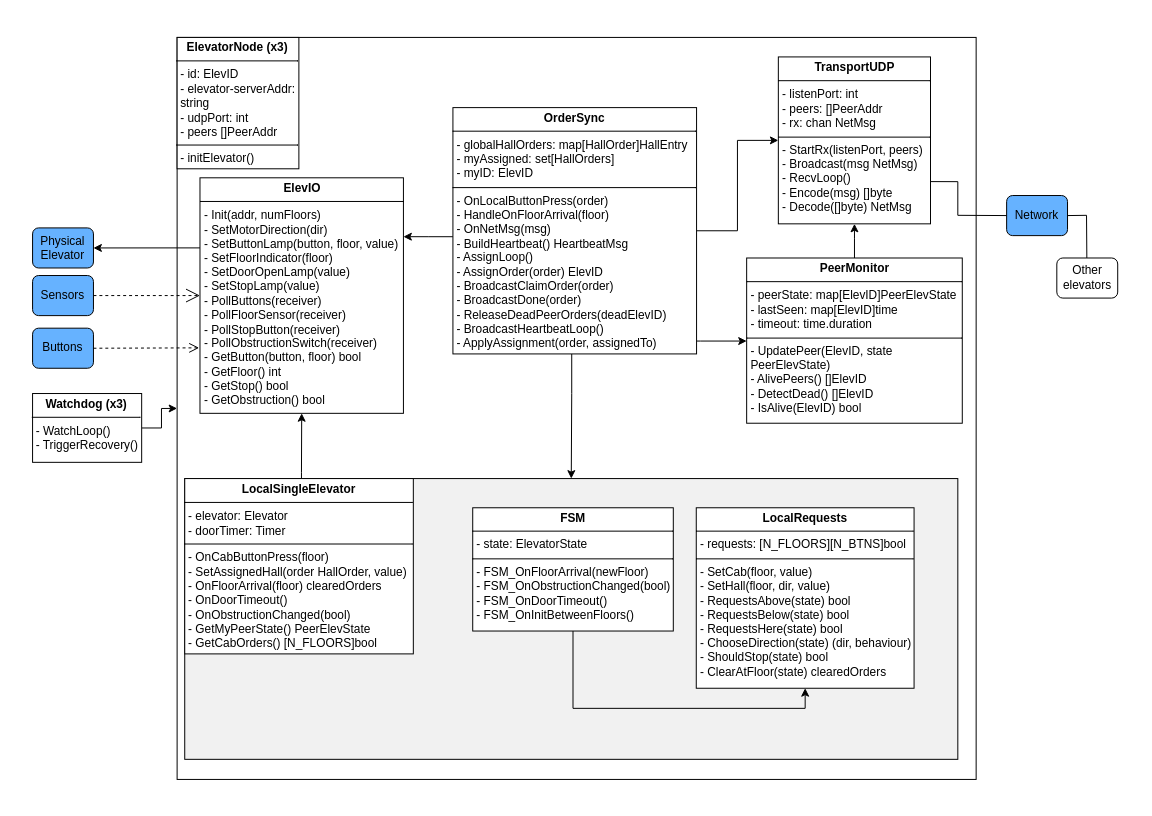
The draw.io diagram Diagrams/component_diagram.drawio in SondreMyhre/TTK4145, before the edit. Source tidied: cells renumbered, new cells numbered last; positions are measured from the earlier drawing's top-left corner, leaving out a move shared by most shapes. Both pictures are drawn from the tidied source at 99%, with x=0, y=0 at pixel (17, 17).
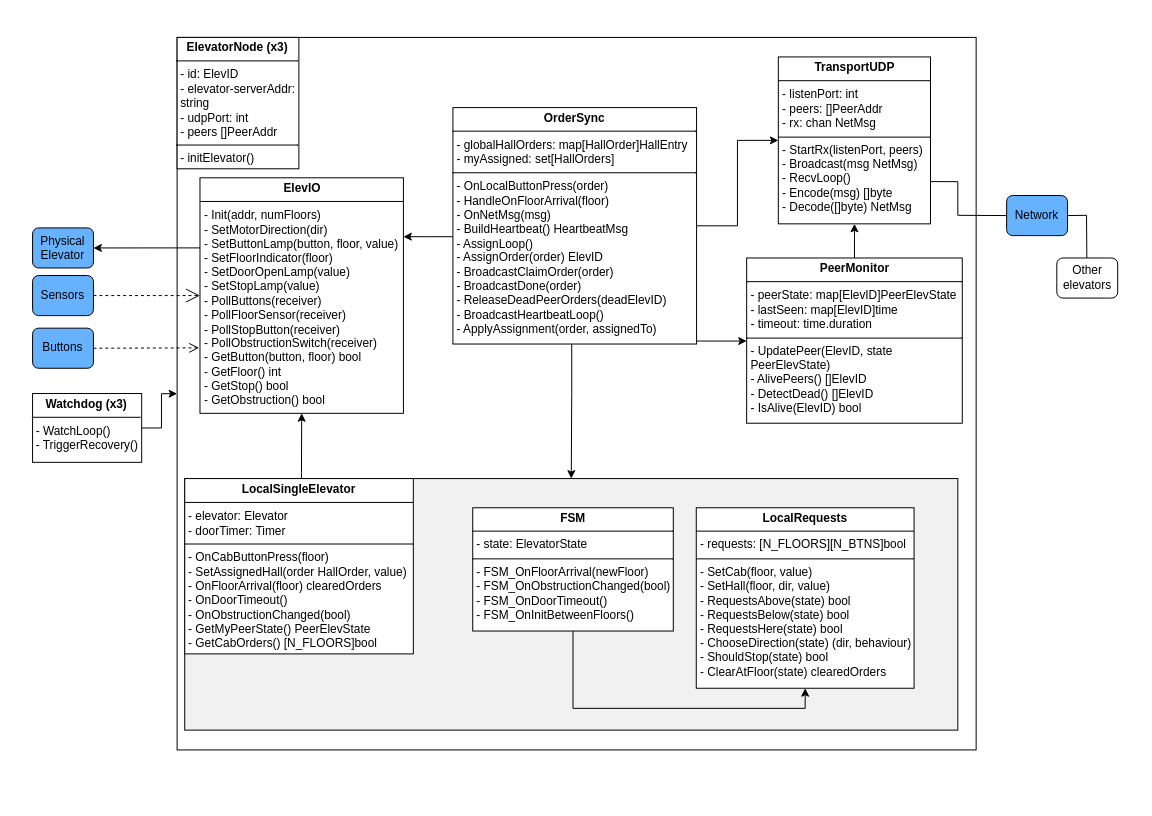
The same page after the edit.

Unchanged cells that the change refers to:
```xml
<mxCell id="2" style="group;" parent="1" vertex="1">
  <mxGeometry width="1130" height="790" as="geometry" />
</mxCell>
```

What changed in the source:
```diff
@@
     <mxCell id="4" style="rounded=0;whiteSpace=wrap;html=1;fillColor=#FFFFFF;" parent="2" vertex="1">
-      <mxGeometry x="161.4" y="20.3" width="807.1" height="749.5" as="geometry" />
+      <mxGeometry x="161.4" y="20.3" width="807.1" height="719.7" as="geometry" />
     </mxCell>
@@
     <mxCell id="6" style="rounded=0;whiteSpace=wrap;html=1;fillColor=#F1F1F1;" parent="2" vertex="1">
-      <mxGeometry x="169.1" y="465.9" width="780.9" height="283.6" as="geometry" />
+      <mxGeometry x="169.1" y="465.9" width="780.9" height="254.1" as="geometry" />
     </mxCell>
@@
-    <mxCell id="15" value="&lt;p style=&quot;margin:0px;margin-top:4px;text-align:center;&quot;&gt;&lt;b&gt;OrderSync&lt;/b&gt;&lt;/p&gt;&lt;hr size=&quot;1&quot; style=&quot;border-style:solid;&quot;&gt;&lt;p style=&quot;margin:0px;margin-left:4px;&quot;&gt;- globalHallOrders: map[HallOrder]HallEntry&lt;/p&gt;&lt;p style=&quot;margin:0px;margin-left:4px;&quot;&gt;- myAssigned: set[HallOrders]&lt;/p&gt;&lt;p style=&quot;margin:0px;margin-left:4px;&quot;&gt;- myID: ElevID&lt;/p&gt;&lt;hr size=&quot;1&quot; style=&quot;border-style:solid;&quot;&gt;&lt;p style=&quot;margin:0px;margin-left:4px;&quot;&gt;- OnLocalButtonPress(order)&lt;/p&gt;&lt;p style=&quot;margin:0px;margin-left:4px;&quot;&gt;- HandleOnFloorArrival(floor)&amp;nbsp;&lt;/p&gt;&lt;p style=&quot;margin:0px;margin-left:4px;&quot;&gt;- OnNetMsg(msg)&lt;/p&gt;&lt;p style=&quot;margin:0px;margin-left:4px;&quot;&gt;- BuildHeartbeat() HeartbeatMsg&lt;/p&gt;&lt;p style=&quot;margin:0px;margin-left:4px;&quot;&gt;- AssignLoop()&lt;/p&gt;&lt;p style=&quot;margin:0px;margin-left:4px;&quot;&gt;- AssignOrder(order) ElevID&lt;/p&gt;&lt;p style=&quot;margin:0px;margin-left:4px;&quot;&gt;- BroadcastClaimOrder(order)&lt;/p&gt;&lt;p style=&quot;margin:0px;margin-left:4px;&quot;&gt;- BroadcastDone(order)&lt;/p&gt;&lt;p style=&quot;margin:0px;margin-left:4px;&quot;&gt;- ReleaseDeadPeerOrders(deadElevID)&lt;/p&gt;&lt;p style=&quot;margin:0px;margin-left:4px;&quot;&gt;- BroadcastHeartbeatLoop()&lt;/p&gt;&lt;p style=&quot;margin:0px;margin-left:4px;&quot;&gt;- ApplyAssignment(order, assignedTo)&lt;/p&gt;" style="verticalAlign=top;align=left;overflow=fill;html=1;whiteSpace=wrap;" parent="2" vertex="1">
-      <mxGeometry x="440" y="91.2" width="246.1" height="248.8" as="geometry" />
+    <mxCell id="15" value="&lt;p style=&quot;margin:0px;margin-top:4px;text-align:center;&quot;&gt;&lt;b&gt;OrderSync&lt;/b&gt;&lt;/p&gt;&lt;hr size=&quot;1&quot; style=&quot;border-style:solid;&quot;&gt;&lt;p style=&quot;margin:0px;margin-left:4px;&quot;&gt;- globalHallOrders: map[HallOrder]HallEntry&lt;/p&gt;&lt;p style=&quot;margin:0px;margin-left:4px;&quot;&gt;- myAssigned: set[HallOrders]&lt;/p&gt;&lt;hr size=&quot;1&quot; style=&quot;border-style:solid;&quot;&gt;&lt;p style=&quot;margin:0px;margin-left:4px;&quot;&gt;- OnLocalButtonPress(order)&lt;/p&gt;&lt;p style=&quot;margin:0px;margin-left:4px;&quot;&gt;- HandleOnFloorArrival(floor)&amp;nbsp;&lt;/p&gt;&lt;p style=&quot;margin:0px;margin-left:4px;&quot;&gt;- OnNetMsg(msg)&lt;/p&gt;&lt;p style=&quot;margin:0px;margin-left:4px;&quot;&gt;- BuildHeartbeat() HeartbeatMsg&lt;/p&gt;&lt;p style=&quot;margin:0px;margin-left:4px;&quot;&gt;- AssignLoop()&lt;/p&gt;&lt;p style=&quot;margin:0px;margin-left:4px;&quot;&gt;- AssignOrder(order) ElevID&lt;/p&gt;&lt;p style=&quot;margin:0px;margin-left:4px;&quot;&gt;- BroadcastClaimOrder(order)&lt;/p&gt;&lt;p style=&quot;margin:0px;margin-left:4px;&quot;&gt;- BroadcastDone(order)&lt;/p&gt;&lt;p style=&quot;margin:0px;margin-left:4px;&quot;&gt;- ReleaseDeadPeerOrders(deadElevID)&lt;/p&gt;&lt;p style=&quot;margin:0px;margin-left:4px;&quot;&gt;- BroadcastHeartbeatLoop()&lt;/p&gt;&lt;p style=&quot;margin:0px;margin-left:4px;&quot;&gt;- ApplyAssignment(order, assignedTo)&lt;/p&gt;" style="verticalAlign=top;align=left;overflow=fill;html=1;whiteSpace=wrap;" parent="2" vertex="1">
+      <mxGeometry x="440" y="91.2" width="246.1" height="238.8" as="geometry" />
     </mxCell>
```
